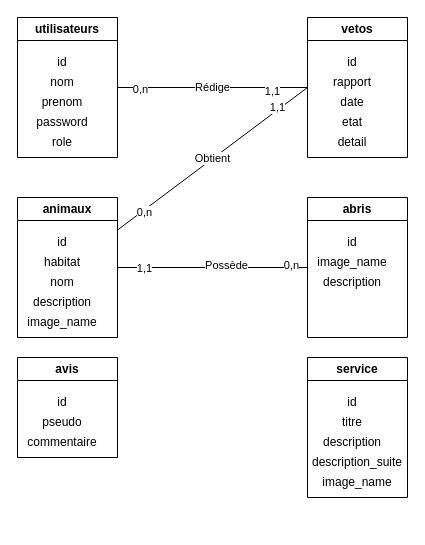
Before: page "MPD" (3 of 3) of diagrammes.drawio in danypausemitchel/monsitezoo, a draw.io diagram. Source tidied: cells renumbered, new cells numbered last; positions are measured from the earlier drawing's top-left corner, leaving out a move shared by most shapes. Both pictures are drawn from the tidied source at 100%, with x=0, y=0 at pixel (17, 17).
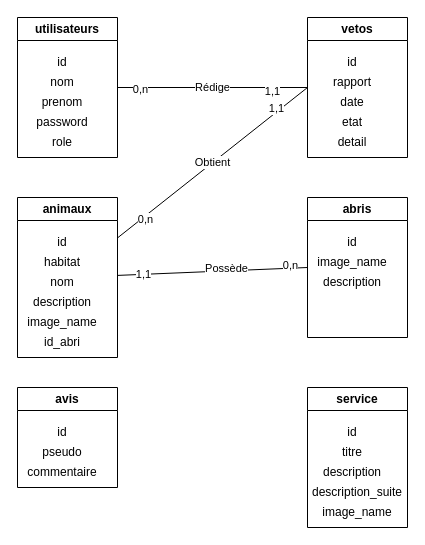
Above is the later version.

Diff of the diagram source:
```diff
@@
     <mxCell id="27" value="animaux" style="swimlane;whiteSpace=wrap;html=1;" parent="1" vertex="1">
-      <mxGeometry y="180" width="100" height="140" as="geometry" />
+      <mxGeometry y="180" width="100" height="160" as="geometry" />
     </mxCell>
@@
+    <mxCell id="43" value="id_abri" style="text;html=1;strokeColor=none;fillColor=none;align=center;verticalAlign=middle;whiteSpace=wrap;rounded=0;" parent="27" vertex="1">
+      <mxGeometry x="20" y="140" width="50" height="10" as="geometry" />
+    </mxCell>
     <mxCell id="33" value="service" style="swimlane;whiteSpace=wrap;html=1;" parent="1" vertex="1">
-      <mxGeometry x="290" y="340" width="100" height="140" as="geometry" />
+      <mxGeometry x="290" y="370" width="100" height="140" as="geometry" />
     </mxCell>
@@
     <mxCell id="39" value="avis" style="swimlane;whiteSpace=wrap;html=1;" parent="1" vertex="1">
-      <mxGeometry y="340" width="100" height="100" as="geometry" />
+      <mxGeometry y="370" width="100" height="100" as="geometry" />
     </mxCell>
```
